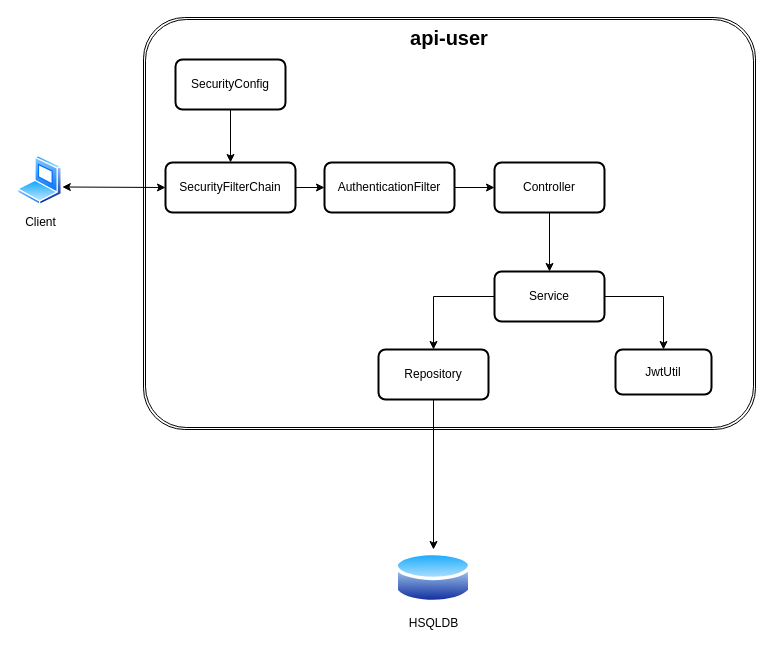
The draw.io diagram docs/diagramaSolucion.drawio in alvarovergaracortes/api-user, before the edit. Source tidied: cells renumbered, new cells numbered last; positions are measured from the earlier drawing's top-left corner, leaving out a move shared by most shapes. Both pictures are drawn from the tidied source at 100%, with x=0, y=0 at pixel (17, 17).
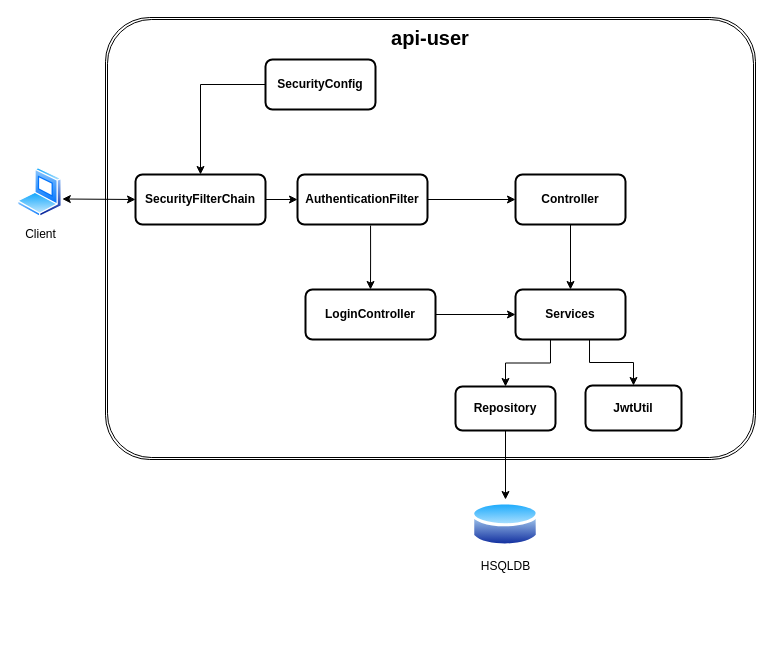
The same diagram, later.

Commit message:
modificacion al diagrama para representar login

The edit, as a diff of the source:
```diff
@@
     <mxCell id="2" value="&lt;b&gt;&lt;font style=&quot;font-size: 20px;&quot;&gt;api-user&lt;/font&gt;&lt;/b&gt;" style="shape=ext;double=1;rounded=1;whiteSpace=wrap;html=1;arcSize=10;verticalAlign=top;" parent="1" vertex="1">
-      <mxGeometry x="126" width="612" height="412" as="geometry" />
+      <mxGeometry x="88" width="650" height="442" as="geometry" />
     </mxCell>
     <mxCell id="3" value="Client" style="image;perimeter=ellipsePerimeter;html=1;align=center;shadow=0;dashed=0;spacingTop=3;image=img/lib/active_directory/laptop_client.svg;" parent="1" vertex="1">
-      <mxGeometry y="138" width="45" height="50" as="geometry" />
+      <mxGeometry y="150" width="45" height="50" as="geometry" />
     </mxCell>
@@
-    <mxCell id="5" value="Controller" style="rounded=1;whiteSpace=wrap;html=1;absoluteArcSize=1;arcSize=14;strokeWidth=2;" parent="1" vertex="1">
-      <mxGeometry x="477" y="145" width="110" height="50" as="geometry" />
+    <mxCell id="5" value="&lt;b&gt;Controller&lt;/b&gt;" style="rounded=1;whiteSpace=wrap;html=1;absoluteArcSize=1;arcSize=14;strokeWidth=2;" parent="1" vertex="1">
+      <mxGeometry x="498" y="157" width="110" height="50" as="geometry" />
     </mxCell>
-    <mxCell id="6" style="edgeStyle=orthogonalEdgeStyle;rounded=0;jettySize=auto;html=1;entryX=0.5;entryY=0;entryDx=0;entryDy=0;" parent="1" edge="1" source="8" target="10">
+    <mxCell id="6" style="edgeStyle=orthogonalEdgeStyle;rounded=0;jettySize=auto;html=1;entryX=0.5;entryY=0;entryDx=0;entryDy=0;exitX=0.318;exitY=1;exitDx=0;exitDy=0;exitPerimeter=0;" parent="1" edge="1" source="8" target="10">
       <mxGeometry relative="1" as="geometry" />
     </mxCell>
-    <mxCell id="7" style="edgeStyle=orthogonalEdgeStyle;rounded=0;jettySize=auto;html=1;entryX=0.5;entryY=0;entryDx=0;entryDy=0;" parent="1" edge="1" source="8" target="12">
+    <mxCell id="7" style="edgeStyle=orthogonalEdgeStyle;rounded=0;jettySize=auto;html=1;entryX=0.5;entryY=0;entryDx=0;entryDy=0;exitX=0.673;exitY=1;exitDx=0;exitDy=0;exitPerimeter=0;" parent="1" edge="1" source="8" target="12">
       <mxGeometry relative="1" as="geometry" />
     </mxCell>
-    <mxCell id="8" value="Service" style="rounded=1;whiteSpace=wrap;html=1;absoluteArcSize=1;arcSize=14;strokeWidth=2;" parent="1" vertex="1">
-      <mxGeometry x="477" y="254" width="110" height="50" as="geometry" />
+    <mxCell id="8" value="&lt;b&gt;Services&lt;/b&gt;" style="rounded=1;whiteSpace=wrap;html=1;absoluteArcSize=1;arcSize=14;strokeWidth=2;" parent="1" vertex="1">
+      <mxGeometry x="498" y="272" width="110" height="50" as="geometry" />
     </mxCell>
@@
-    <mxCell id="10" value="Repository" style="rounded=1;whiteSpace=wrap;html=1;absoluteArcSize=1;arcSize=14;strokeWidth=2;" parent="1" vertex="1">
-      <mxGeometry x="361" y="332" width="110" height="50" as="geometry" />
+    <mxCell id="10" value="&lt;b&gt;Repository&lt;/b&gt;" style="rounded=1;whiteSpace=wrap;html=1;absoluteArcSize=1;arcSize=14;strokeWidth=2;" parent="1" vertex="1">
+      <mxGeometry x="438" y="369" width="100" height="44" as="geometry" />
     </mxCell>
     <mxCell id="11" value="HSQLDB" style="image;perimeter=ellipsePerimeter;html=1;align=center;shadow=0;dashed=0;spacingTop=3;image=img/lib/active_directory/database.svg;" parent="1" vertex="1">
-      <mxGeometry x="377.5" y="532" width="77" height="57" as="geometry" />
+      <mxGeometry x="454.2" y="482" width="67.6" height="50" as="geometry" />
     </mxCell>
-    <mxCell id="12" value="JwtUtil" style="whiteSpace=wrap;html=1;rounded=1;absoluteArcSize=1;arcSize=14;strokeWidth=2;" parent="1" vertex="1">
-      <mxGeometry x="598" y="332" width="96" height="45" as="geometry" />
+    <mxCell id="12" value="&lt;b&gt;JwtUtil&lt;/b&gt;" style="whiteSpace=wrap;html=1;rounded=1;absoluteArcSize=1;arcSize=14;strokeWidth=2;" parent="1" vertex="1">
+      <mxGeometry x="568" y="368" width="96" height="45" as="geometry" />
     </mxCell>
@@
-    <mxCell id="14" value="SecurityFilterChain" style="rounded=1;whiteSpace=wrap;html=1;absoluteArcSize=1;arcSize=14;strokeWidth=2;" parent="1" vertex="1">
-      <mxGeometry x="148" y="145" width="130" height="50" as="geometry" />
+    <mxCell id="14" value="&lt;b&gt;SecurityFilterChain&lt;/b&gt;" style="rounded=1;whiteSpace=wrap;html=1;absoluteArcSize=1;arcSize=14;strokeWidth=2;" parent="1" vertex="1">
+      <mxGeometry x="118" y="157" width="130" height="50" as="geometry" />
     </mxCell>
-    <mxCell id="15" style="edgeStyle=orthogonalEdgeStyle;rounded=0;jettySize=auto;html=1;" parent="1" edge="1" source="16" target="14">
+    <mxCell id="15" style="edgeStyle=orthogonalEdgeStyle;rounded=0;jettySize=auto;html=1;entryX=0.5;entryY=0;entryDx=0;entryDy=0;exitX=0;exitY=0.5;exitDx=0;exitDy=0;" parent="1" edge="1" source="16" target="14">
       <mxGeometry relative="1" as="geometry" />
     </mxCell>
-    <mxCell id="16" value="SecurityConfig" style="rounded=1;whiteSpace=wrap;html=1;absoluteArcSize=1;arcSize=14;strokeWidth=2;" parent="1" vertex="1">
-      <mxGeometry x="158" y="42" width="110" height="50" as="geometry" />
+    <mxCell id="16" value="&lt;b&gt;SecurityConfig&lt;/b&gt;" style="rounded=1;whiteSpace=wrap;html=1;absoluteArcSize=1;arcSize=14;strokeWidth=2;" parent="1" vertex="1">
+      <mxGeometry x="248" y="42" width="110" height="50" as="geometry" />
     </mxCell>
@@
+    <mxCell id="20" style="edgeStyle=orthogonalEdgeStyle;rounded=0;jettySize=auto;html=1;exitX=0.562;exitY=1.02;exitDx=0;exitDy=0;exitPerimeter=0;" parent="1" edge="1" source="18" target="22">
+      <mxGeometry relative="1" as="geometry" />
+    </mxCell>
-    <mxCell id="18" value="AuthenticationFilter" style="rounded=1;whiteSpace=wrap;html=1;absoluteArcSize=1;arcSize=14;strokeWidth=2;" parent="1" vertex="1">
-      <mxGeometry x="307" y="145" width="130" height="50" as="geometry" />
+    <mxCell id="18" value="&lt;b&gt;AuthenticationFilter&lt;/b&gt;" style="rounded=1;whiteSpace=wrap;html=1;absoluteArcSize=1;arcSize=14;strokeWidth=2;" parent="1" vertex="1">
+      <mxGeometry x="280" y="157" width="130" height="50" as="geometry" />
     </mxCell>
@@
+    <mxCell id="21" style="edgeStyle=orthogonalEdgeStyle;rounded=0;jettySize=auto;html=1;entryX=0;entryY=0.5;entryDx=0;entryDy=0;" parent="1" edge="1" source="22" target="8">
+      <mxGeometry relative="1" as="geometry" />
+    </mxCell>
+    <mxCell id="22" value="&lt;b&gt;LoginController&lt;/b&gt;" style="rounded=1;whiteSpace=wrap;html=1;absoluteArcSize=1;arcSize=14;strokeWidth=2;" parent="1" vertex="1">
+      <mxGeometry x="288" y="272" width="130" height="50" as="geometry" />
+    </mxCell>
```
